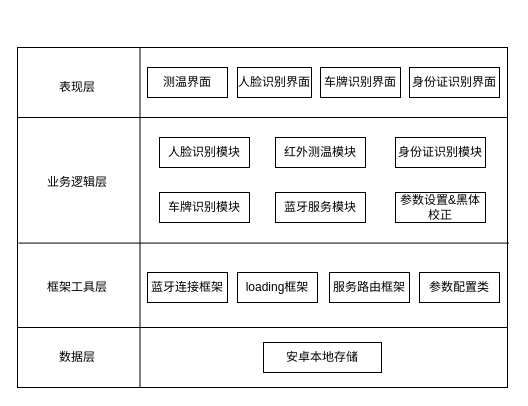
Before: 头盔端软件逻辑视图.drawio in ColonelDarcy2018/excelsior, a draw.io diagram. Source tidied: cells renumbered, new cells numbered last; positions are measured from the earlier drawing's top-left corner, leaving out a move shared by most shapes. Both pictures are drawn from the tidied source at 100%, with x=0, y=0 at pixel (17, 47).
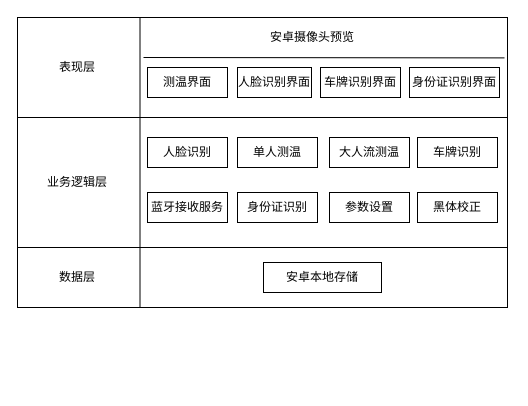
After the change.

Commit message:
Update 头盔端软件逻辑视图.drawio

What changed in the source:
```diff
@@
     <mxCell id="2" style="rounded=0;whiteSpace=wrap;html=1;" parent="1" vertex="1">
-      <mxGeometry y="70" width="490" height="210" as="geometry" />
+      <mxGeometry y="70" width="490" height="130" as="geometry" />
     </mxCell>
@@
-    <mxCell id="4" style="endArrow=none;html=1;entryX=1.003;entryY=0.598;entryDx=0;entryDy=0;exitX=0.002;exitY=0.598;exitDx=0;exitDy=0;exitPerimeter=0;entryPerimeter=0;" parent="1" edge="1" source="2" target="2">
-      <mxGeometry relative="1" as="geometry" />
-    </mxCell>
@@
-    <mxCell id="6" value="框架工具层" style="text;html=1;strokeColor=none;fillColor=none;align=center;verticalAlign=middle;whiteSpace=wrap;rounded=0;" parent="1" vertex="1">
-      <mxGeometry x="20" y="230" width="80" height="20" as="geometry" />
-    </mxCell>
     <mxCell id="7" style="rounded=0;whiteSpace=wrap;html=1;" parent="1" vertex="1">
-      <mxGeometry width="490" height="70" as="geometry" />
+      <mxGeometry y="-30" width="490" height="100" as="geometry" />
     </mxCell>
@@
     <mxCell id="9" value="表现层" style="text;html=1;strokeColor=none;fillColor=none;align=center;verticalAlign=middle;whiteSpace=wrap;rounded=0;" parent="1" vertex="1">
-      <mxGeometry x="40" y="30" width="40" height="20" as="geometry" />
+      <mxGeometry x="40" y="10" width="40" height="20" as="geometry" />
     </mxCell>
@@
-    <mxCell id="14" value="人脸识别模块" style="rounded=0;whiteSpace=wrap;html=1;" parent="1" vertex="1">
-      <mxGeometry x="142" y="90" width="90" height="30" as="geometry" />
+    <mxCell id="14" value="人脸识别" style="rounded=0;whiteSpace=wrap;html=1;" parent="1" vertex="1">
+      <mxGeometry x="130" y="90" width="80" height="30" as="geometry" />
     </mxCell>
-    <mxCell id="15" value="红外测温模块" style="rounded=0;whiteSpace=wrap;html=1;" parent="1" vertex="1">
-      <mxGeometry x="258" y="90" width="90" height="30" as="geometry" />
+    <mxCell id="15" value="单人测温" style="rounded=0;whiteSpace=wrap;html=1;" parent="1" vertex="1">
+      <mxGeometry x="220" y="90" width="80" height="30" as="geometry" />
     </mxCell>
@@
-    <mxCell id="17" value="车牌识别模块" style="rounded=0;whiteSpace=wrap;html=1;" parent="1" vertex="1">
-      <mxGeometry x="142" y="145" width="90" height="30" as="geometry" />
+    <mxCell id="17" value="车牌识别" style="rounded=0;whiteSpace=wrap;html=1;" parent="1" vertex="1">
+      <mxGeometry x="400" y="90" width="80" height="30" as="geometry" />
     </mxCell>
-    <mxCell id="18" value="身份证识别模块" style="rounded=0;whiteSpace=wrap;html=1;" parent="1" vertex="1">
-      <mxGeometry x="378" y="90" width="90" height="30" as="geometry" />
+    <mxCell id="18" value="身份证识别" style="rounded=0;whiteSpace=wrap;html=1;" parent="1" vertex="1">
+      <mxGeometry x="220" y="145" width="80" height="30" as="geometry" />
     </mxCell>
-    <mxCell id="19" value="蓝牙服务模块" style="rounded=0;whiteSpace=wrap;html=1;" parent="1" vertex="1">
-      <mxGeometry x="258" y="145" width="90" height="30" as="geometry" />
+    <mxCell id="19" value="蓝牙接收服务" style="rounded=0;whiteSpace=wrap;html=1;" parent="1" vertex="1">
+      <mxGeometry x="130" y="145" width="80" height="30" as="geometry" />
     </mxCell>
-    <mxCell id="20" value="loading框架" style="rounded=0;whiteSpace=wrap;html=1;" parent="1" vertex="1">
-      <mxGeometry x="220" y="225" width="80" height="30" as="geometry" />
-    </mxCell>
-    <mxCell id="21" value="蓝牙连接框架" style="rounded=0;whiteSpace=wrap;html=1;" parent="1" vertex="1">
-      <mxGeometry x="130" y="225" width="80" height="30" as="geometry" />
-    </mxCell>
-    <mxCell id="22" value="参数配置类" style="rounded=0;whiteSpace=wrap;html=1;" parent="1" vertex="1">
-      <mxGeometry x="402" y="225" width="80" height="30" as="geometry" />
-    </mxCell>
-    <mxCell id="23" value="参数设置&amp;amp;黑体校正" style="rounded=0;whiteSpace=wrap;html=1;" parent="1" vertex="1">
-      <mxGeometry x="378" y="145" width="90" height="30" as="geometry" />
+    <mxCell id="23" value="黑体校正" style="rounded=0;whiteSpace=wrap;html=1;" parent="1" vertex="1">
+      <mxGeometry x="400" y="145" width="80" height="30" as="geometry" />
     </mxCell>
     <mxCell id="24" style="rounded=0;whiteSpace=wrap;html=1;" parent="1" vertex="1">
-      <mxGeometry y="280" width="490" height="60" as="geometry" />
+      <mxGeometry y="200" width="490" height="60" as="geometry" />
     </mxCell>
     <mxCell id="25" value="数据层" style="text;html=1;strokeColor=none;fillColor=none;align=center;verticalAlign=middle;whiteSpace=wrap;rounded=0;" parent="1" vertex="1">
-      <mxGeometry x="40" y="300" width="40" height="20" as="geometry" />
+      <mxGeometry x="40" y="220" width="40" height="20" as="geometry" />
     </mxCell>
     <mxCell id="26" value="安卓本地存储" style="rounded=0;whiteSpace=wrap;html=1;" parent="1" vertex="1">
-      <mxGeometry x="246" y="295" width="118" height="30" as="geometry" />
+      <mxGeometry x="246" y="215" width="118" height="30" as="geometry" />
     </mxCell>
@@
-    <mxCell id="28" value="服务路由框架" style="rounded=0;whiteSpace=wrap;html=1;" parent="1" vertex="1">
-      <mxGeometry x="312" y="225" width="80" height="30" as="geometry" />
-    </mxCell>
+    <mxCell id="29" style="endArrow=none;html=1;entryX=1.002;entryY=0.404;entryDx=0;entryDy=0;entryPerimeter=0;" parent="1" edge="1">
+      <mxGeometry relative="1" as="geometry">
+        <mxPoint x="126" y="10" as="sourcePoint" />
+        <mxPoint x="487" y="10.4" as="targetPoint" />
+      </mxGeometry>
+    </mxCell>
+    <mxCell id="30" value="安卓摄像头预览" style="text;html=1;strokeColor=none;fillColor=none;align=center;verticalAlign=middle;whiteSpace=wrap;rounded=0;" parent="1" vertex="1">
+      <mxGeometry x="230" y="-20" width="130" height="20" as="geometry" />
+    </mxCell>
+    <mxCell id="31" value="参数设置" style="rounded=0;whiteSpace=wrap;html=1;" parent="1" vertex="1">
+      <mxGeometry x="312" y="145" width="80" height="30" as="geometry" />
+    </mxCell>
+    <mxCell id="32" value="大人流测温" style="rounded=0;whiteSpace=wrap;html=1;" parent="1" vertex="1">
+      <mxGeometry x="312" y="90" width="80" height="30" as="geometry" />
+    </mxCell>
```
